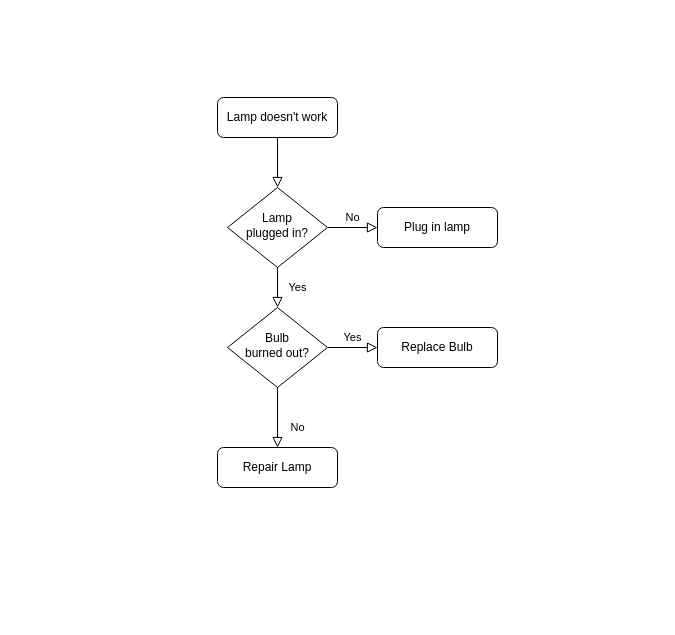
The draw.io diagram Untitled Diagram.drawio in joykara/SpeciAppt, before the edit. Source tidied: cells renumbered, new cells numbered last; positions are measured from the earlier drawing's top-left corner, leaving out a move shared by most shapes. Both pictures are drawn from the tidied source at 100%, with x=0, y=0 at pixel (217, 97).
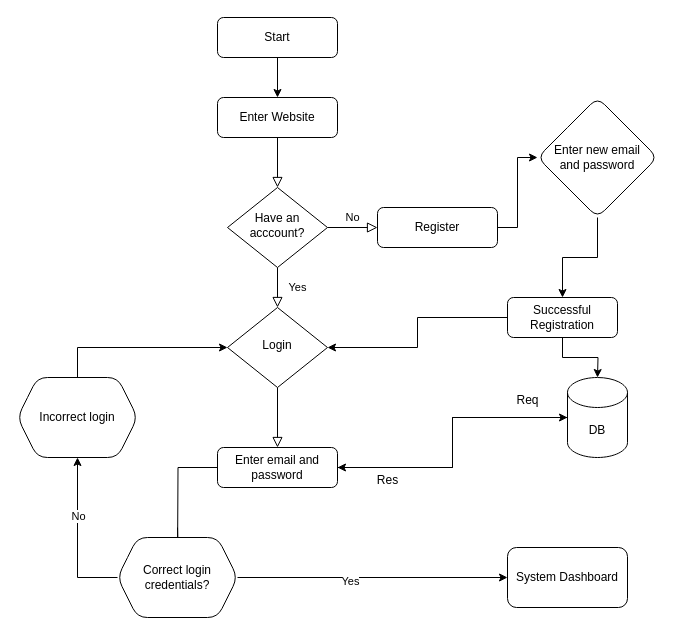
The same diagram, later.

The edit, as a diff of the source:
```diff
@@
+    <mxCell id="13" style="edgeStyle=orthogonalEdgeStyle;rounded=0;jettySize=auto;html=1;entryX=0.5;entryY=0;entryDx=0;entryDy=0;exitX=0.5;exitY=1;exitDx=0;exitDy=0;" parent="1" edge="1" source="18" target="3">
+      <mxGeometry relative="1" as="geometry" />
+    </mxCell>
-    <mxCell id="3" value="Lamp doesn't work" style="rounded=1;whiteSpace=wrap;html=1;fontSize=12;glass=0;strokeWidth=1;shadow=0;" parent="1" vertex="1">
+    <mxCell id="3" value="Enter Website" style="rounded=1;whiteSpace=wrap;html=1;fontSize=12;glass=0;strokeWidth=1;shadow=0;" parent="1" vertex="1">
       <mxGeometry width="120" height="40" as="geometry" />
     </mxCell>
@@
-    <mxCell id="6" value="Lamp&lt;br&gt;plugged in?" style="rhombus;whiteSpace=wrap;html=1;shadow=0;fontFamily=Helvetica;fontSize=12;align=center;strokeWidth=1;spacing=6;spacingTop=-4;" parent="1" vertex="1">
+    <mxCell id="6" value="Have an acccount?" style="rhombus;whiteSpace=wrap;html=1;shadow=0;fontFamily=Helvetica;fontSize=12;align=center;strokeWidth=1;spacing=6;spacingTop=-4;" parent="1" vertex="1">
       <mxGeometry x="10" y="90" width="100" height="80" as="geometry" />
     </mxCell>
+    <mxCell id="14" style="edgeStyle=orthogonalEdgeStyle;rounded=0;jettySize=auto;html=1;" parent="1" edge="1" source="7" target="29">
+      <mxGeometry relative="1" as="geometry" />
+    </mxCell>
-    <mxCell id="7" value="Plug in lamp" style="rounded=1;whiteSpace=wrap;html=1;fontSize=12;glass=0;strokeWidth=1;shadow=0;" parent="1" vertex="1">
+    <mxCell id="7" value="Register" style="rounded=1;whiteSpace=wrap;html=1;fontSize=12;glass=0;strokeWidth=1;shadow=0;" parent="1" vertex="1">
       <mxGeometry x="160" y="110" width="120" height="40" as="geometry" />
     </mxCell>
-    <mxCell id="8" value="No" style="rounded=0;html=1;jettySize=auto;fontSize=11;endArrow=block;endFill=0;endSize=8;strokeWidth=1;shadow=0;labelBackgroundColor=none;edgeStyle=orthogonalEdgeStyle;" parent="1" edge="1" source="10" target="11">
+    <mxCell id="8" style="rounded=0;html=1;jettySize=auto;fontSize=11;endArrow=block;endFill=0;endSize=8;strokeWidth=1;shadow=0;labelBackgroundColor=none;edgeStyle=orthogonalEdgeStyle;" parent="1" edge="1" source="10" target="11">
       <mxGeometry x="0.33" y="20" relative="1" as="geometry" />
     </mxCell>
+    <mxCell id="10" value="Login" style="rhombus;whiteSpace=wrap;html=1;shadow=0;fontFamily=Helvetica;fontSize=12;align=center;strokeWidth=1;spacing=6;spacingTop=-4;" parent="1" vertex="1">
+      <mxGeometry x="10" y="210" width="100" height="80" as="geometry" />
+    </mxCell>
+    <mxCell id="15" style="edgeStyle=orthogonalEdgeStyle;rounded=0;jettySize=auto;html=1;" parent="1" edge="1" source="11">
+      <mxGeometry relative="1" as="geometry">
+        <mxPoint x="-40" y="470" as="targetPoint" />
+      </mxGeometry>
+    </mxCell>
+    <mxCell id="16" style="edgeStyle=orthogonalEdgeStyle;rounded=0;jettySize=auto;html=1;entryX=0;entryY=0.5;entryDx=0;entryDy=0;entryPerimeter=0;" parent="1" edge="1" source="11" target="34">
+      <mxGeometry relative="1" as="geometry" />
+    </mxCell>
+    <mxCell id="11" value="Enter email and password" style="rounded=1;whiteSpace=wrap;html=1;fontSize=12;glass=0;strokeWidth=1;shadow=0;" parent="1" vertex="1">
+      <mxGeometry y="350" width="120" height="40" as="geometry" />
+    </mxCell>
+    <mxCell id="17" style="edgeStyle=orthogonalEdgeStyle;rounded=0;jettySize=auto;html=1;exitX=0.5;exitY=1;exitDx=0;exitDy=0;" parent="1" edge="1" source="18">
+      <mxGeometry relative="1" as="geometry">
+        <mxPoint x="60" y="-40" as="targetPoint" />
+      </mxGeometry>
+    </mxCell>
+    <mxCell id="18" value="Start" style="rounded=1;whiteSpace=wrap;html=1;fontSize=12;glass=0;strokeWidth=1;shadow=0;" parent="1" vertex="1">
+      <mxGeometry y="-80" width="120" height="40" as="geometry" />
+    </mxCell>
+    <mxCell id="19" style="edgeStyle=orthogonalEdgeStyle;rounded=0;jettySize=auto;html=1;exitX=0.5;exitY=0;exitDx=0;exitDy=0;entryX=0;entryY=0.5;entryDx=0;entryDy=0;" parent="1" edge="1" source="21" target="10">
+      <mxGeometry relative="1" as="geometry" />
+    </mxCell>
+    <mxCell id="20" style="edgeStyle=orthogonalEdgeStyle;rounded=0;jettySize=auto;html=1;" parent="1" edge="1" source="26">
+      <mxGeometry relative="1" as="geometry">
+        <mxPoint x="-40" y="480" as="targetPoint" />
+        <Array as="points">
+          <mxPoint x="-40" y="440" />
+          <mxPoint x="-40" y="440" />
+        </Array>
+      </mxGeometry>
+    </mxCell>
+    <mxCell id="21" value="Incorrect login" style="shape=hexagon;perimeter=hexagonPerimeter2;whiteSpace=wrap;html=1;fixedSize=1;rounded=1;glass=0;strokeWidth=1;shadow=0;" parent="1" vertex="1">
+      <mxGeometry x="-200" y="280" width="120" height="80" as="geometry" />
+    </mxCell>
+    <mxCell id="22" style="edgeStyle=orthogonalEdgeStyle;rounded=0;jettySize=auto;html=1;" parent="1" edge="1" target="26">
+      <mxGeometry relative="1" as="geometry">
+        <mxPoint x="-40" y="430" as="sourcePoint" />
+      </mxGeometry>
+    </mxCell>
+    <mxCell id="23" style="edgeStyle=orthogonalEdgeStyle;rounded=0;jettySize=auto;html=1;" parent="1" edge="1" source="26" target="27">
+      <mxGeometry relative="1" as="geometry" />
+    </mxCell>
-    <mxCell id="9" value="Yes" style="edgeStyle=orthogonalEdgeStyle;rounded=0;html=1;jettySize=auto;fontSize=11;endArrow=block;endFill=0;endSize=8;strokeWidth=1;shadow=0;labelBackgroundColor=none;" parent="1" edge="1" source="10" target="12">
-      <mxGeometry y="10" relative="1" as="geometry" />
+    <mxCell id="9" value="Yes" style="edgeLabel;html=1;align=center;verticalAlign=middle;" parent="23" vertex="1">
+      <mxGeometry x="-0.17" y="-3" relative="1" as="geometry" />
     </mxCell>
-    <mxCell id="10" value="Bulb&lt;br&gt;burned out?" style="rhombus;whiteSpace=wrap;html=1;shadow=0;fontFamily=Helvetica;fontSize=12;align=center;strokeWidth=1;spacing=6;spacingTop=-4;" parent="1" vertex="1">
-      <mxGeometry x="10" y="210" width="100" height="80" as="geometry" />
-    </mxCell>
-    <mxCell id="11" value="Repair Lamp" style="rounded=1;whiteSpace=wrap;html=1;fontSize=12;glass=0;strokeWidth=1;shadow=0;" parent="1" vertex="1">
-      <mxGeometry y="350" width="120" height="40" as="geometry" />
-    </mxCell>
-    <mxCell id="12" value="Replace Bulb" style="rounded=1;whiteSpace=wrap;html=1;fontSize=12;glass=0;strokeWidth=1;shadow=0;" parent="1" vertex="1">
-      <mxGeometry x="160" y="230" width="120" height="40" as="geometry" />
-    </mxCell>
+    <mxCell id="24" style="edgeStyle=orthogonalEdgeStyle;rounded=0;jettySize=auto;html=1;exitX=0;exitY=0.5;exitDx=0;exitDy=0;entryX=0.5;entryY=1;entryDx=0;entryDy=0;" parent="1" edge="1" source="26" target="21">
+      <mxGeometry relative="1" as="geometry" />
+    </mxCell>
+    <mxCell id="25" value="No" style="edgeLabel;html=1;align=center;verticalAlign=middle;" parent="24" vertex="1">
+      <mxGeometry x="0.27" relative="1" as="geometry" />
+    </mxCell>
+    <mxCell id="26" value="Correct login credentials?" style="shape=hexagon;perimeter=hexagonPerimeter2;whiteSpace=wrap;html=1;fixedSize=1;rounded=1;glass=0;strokeWidth=1;shadow=0;" parent="1" vertex="1">
+      <mxGeometry x="-100" y="440" width="120" height="80" as="geometry" />
+    </mxCell>
+    <mxCell id="27" value="System Dashboard" style="whiteSpace=wrap;html=1;rounded=1;glass=0;strokeWidth=1;shadow=0;" parent="1" vertex="1">
+      <mxGeometry x="290" y="450" width="120" height="60" as="geometry" />
+    </mxCell>
+    <mxCell id="28" style="edgeStyle=orthogonalEdgeStyle;rounded=0;jettySize=auto;html=1;" parent="1" edge="1" source="29" target="32">
+      <mxGeometry relative="1" as="geometry" />
+    </mxCell>
+    <mxCell id="29" value="Enter new email &lt;br&gt;and password" style="rhombus;whiteSpace=wrap;html=1;rounded=1;glass=0;strokeWidth=1;shadow=0;" parent="1" vertex="1">
+      <mxGeometry x="320" width="120" height="120" as="geometry" />
+    </mxCell>
+    <mxCell id="30" style="edgeStyle=orthogonalEdgeStyle;rounded=0;jettySize=auto;html=1;exitX=0;exitY=0.5;exitDx=0;exitDy=0;entryX=1;entryY=0.5;entryDx=0;entryDy=0;" parent="1" edge="1" source="32" target="10">
+      <mxGeometry relative="1" as="geometry" />
+    </mxCell>
+    <mxCell id="31" style="edgeStyle=orthogonalEdgeStyle;rounded=0;jettySize=auto;html=1;" parent="1" edge="1" source="32">
+      <mxGeometry relative="1" as="geometry">
+        <mxPoint x="380" y="280" as="targetPoint" />
+      </mxGeometry>
+    </mxCell>
+    <mxCell id="32" value="Successful Registration" style="whiteSpace=wrap;html=1;rounded=1;glass=0;strokeWidth=1;shadow=0;" parent="1" vertex="1">
+      <mxGeometry x="290" y="200" width="110" height="40" as="geometry" />
+    </mxCell>
+    <mxCell id="33" style="edgeStyle=orthogonalEdgeStyle;rounded=0;jettySize=auto;html=1;exitX=0;exitY=0.5;exitDx=0;exitDy=0;exitPerimeter=0;entryX=1;entryY=0.5;entryDx=0;entryDy=0;" parent="1" edge="1" source="34" target="11">
+      <mxGeometry relative="1" as="geometry" />
+    </mxCell>
+    <mxCell id="34" value="DB" style="shape=cylinder3;whiteSpace=wrap;html=1;boundedLbl=1;backgroundOutline=1;size=15;" parent="1" vertex="1">
+      <mxGeometry x="350" y="280" width="60" height="80" as="geometry" />
+    </mxCell>
+    <mxCell id="35" value="Req" style="text;html=1;align=center;verticalAlign=middle;strokeColor=none;fillColor=none;" parent="1" vertex="1">
+      <mxGeometry x="285" y="288" width="50" height="30" as="geometry" />
+    </mxCell>
+    <mxCell id="36" value="Res" style="text;html=1;align=center;verticalAlign=middle;strokeColor=none;fillColor=none;" parent="1" vertex="1">
+      <mxGeometry x="150" y="368" width="40" height="30" as="geometry" />
+    </mxCell>
```
